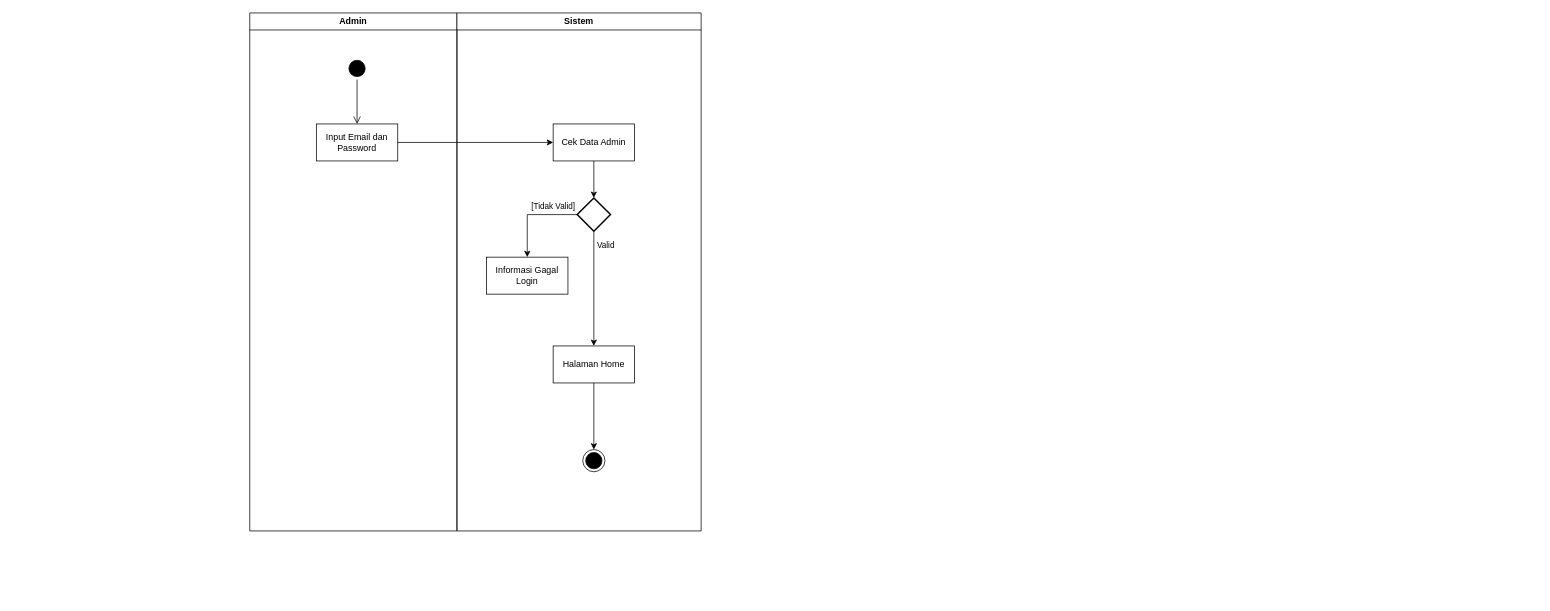
codetron21/laundryku-diagrams keeps this draw.io diagram as flow-chart-admin.drawio. Above is the earlier version. Source tidied: cells renumbered, new cells numbered last; positions are measured from the earlier drawing's top-left corner, leaving out a move shared by most shapes. Both pictures are drawn from the tidied source at 74%, with x=0, y=0 at pixel (249, 13).
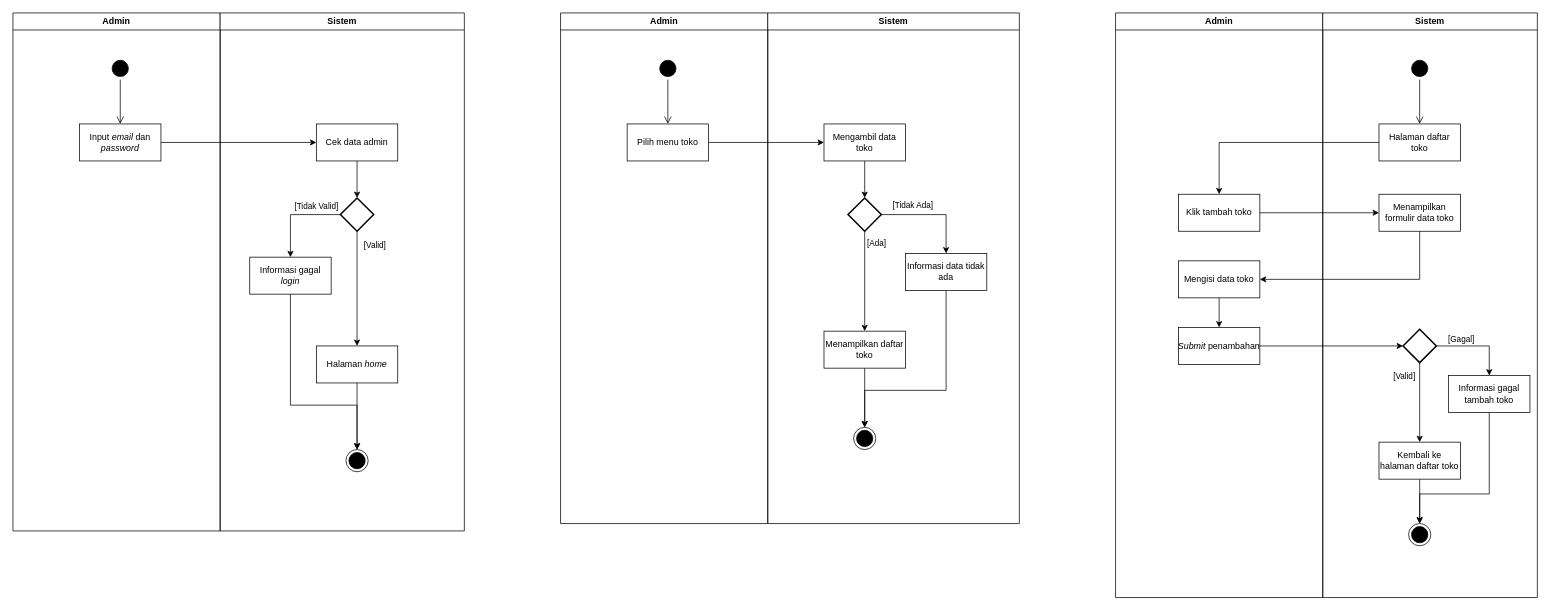
Above is the later version.

Commit message:
add login & stores

Unchanged cells that the change refers to:
```xml
<mxCell id="9" style="edgeStyle=orthogonalEdgeStyle;rounded=0;jettySize=auto;html=1;" parent="6" edge="1" source="13" target="15">
  <mxGeometry relative="1" as="geometry" />
</mxCell>
```

What changed in the source:
```diff
@@
+    <mxCell id="19" style="group;" parent="1" vertex="1">
+      <mxGeometry x="-320" width="610" height="700" as="geometry" />
+    </mxCell>
-    <mxCell id="2" value="Admin" style="swimlane;whiteSpace=wrap;html=1;" parent="1" vertex="1">
+    <mxCell id="2" value="Admin" style="swimlane;whiteSpace=wrap;html=1;" parent="19" vertex="1">
       <mxGeometry width="280" height="700" as="geometry" />
     </mxCell>
@@
-    <mxCell id="5" value="Input Email dan Password" style="html=1;whiteSpace=wrap;" parent="2" vertex="1">
+    <mxCell id="5" value="Input &lt;i&gt;email&lt;/i&gt; dan &lt;i&gt;password&lt;/i&gt;" style="html=1;whiteSpace=wrap;" parent="2" vertex="1">
       <mxGeometry x="90" y="150" width="110" height="50" as="geometry" />
     </mxCell>
-    <mxCell id="6" value="Sistem" style="swimlane;whiteSpace=wrap;html=1;" parent="1" vertex="1">
+    <mxCell id="6" value="Sistem" style="swimlane;whiteSpace=wrap;html=1;" parent="19" vertex="1">
       <mxGeometry x="280" width="330" height="700" as="geometry" />
     </mxCell>
@@
-    <mxCell id="8" value="Cek Data Admin" style="html=1;whiteSpace=wrap;" parent="6" vertex="1">
+    <mxCell id="8" value="Cek data admin" style="html=1;whiteSpace=wrap;" parent="6" vertex="1">
       <mxGeometry x="130" y="150" width="110" height="50" as="geometry" />
     </mxCell>
@@
-    <mxCell id="10" value="Valid" style="edgeLabel;html=1;align=center;verticalAlign=middle;" parent="9" vertex="1">
+    <mxCell id="10" value="[Valid]" style="edgeLabel;html=1;align=center;verticalAlign=middle;" parent="9" vertex="1">
       <mxGeometry x="-0.77" y="3" relative="1" as="geometry">
-        <mxPoint x="12" as="offset" />
+        <mxPoint x="20" as="offset" />
       </mxGeometry>
     </mxCell>
@@
-    <mxCell id="15" value="Halaman Home" style="html=1;whiteSpace=wrap;" parent="6" vertex="1">
+    <mxCell id="15" value="Halaman &lt;i&gt;home&lt;/i&gt;" style="html=1;whiteSpace=wrap;" parent="6" vertex="1">
       <mxGeometry x="130" y="450" width="110" height="50" as="geometry" />
     </mxCell>
-    <mxCell id="16" value="Informasi Gagal Login" style="html=1;whiteSpace=wrap;" parent="6" vertex="1">
+    <mxCell id="16" value="Informasi gagal &lt;i&gt;login&lt;/i&gt;" style="html=1;whiteSpace=wrap;" parent="6" vertex="1">
       <mxGeometry x="40" y="330" width="110" height="50" as="geometry" />
     </mxCell>
@@
+    <mxCell id="20" style="edgeStyle=orthogonalEdgeStyle;rounded=0;jettySize=auto;html=1;exitX=0.5;exitY=1;exitDx=0;exitDy=0;" parent="6" edge="1" source="16">
+      <mxGeometry relative="1" as="geometry">
+        <mxPoint x="185" y="590" as="targetPoint" />
+        <Array as="points">
+          <mxPoint x="95" y="530" />
+          <mxPoint x="185" y="530" />
+        </Array>
+      </mxGeometry>
+    </mxCell>
-    <mxCell id="18" style="edgeStyle=orthogonalEdgeStyle;rounded=0;jettySize=auto;html=1;entryX=0;entryY=0.5;entryDx=0;entryDy=0;" parent="1" edge="1" source="5" target="8">
+    <mxCell id="18" style="edgeStyle=orthogonalEdgeStyle;rounded=0;jettySize=auto;html=1;entryX=0;entryY=0.5;entryDx=0;entryDy=0;" parent="19" edge="1" source="5" target="8">
       <mxGeometry relative="1" as="geometry" />
     </mxCell>
+    <mxCell id="21" value="Admin" style="swimlane;whiteSpace=wrap;html=1;" parent="1" vertex="1">
+      <mxGeometry x="420" width="280" height="690" as="geometry" />
+    </mxCell>
+    <mxCell id="22" style="ellipse;html=1;shape=startState;fillColor=#000000;strokeColor=#030000;" parent="21" vertex="1">
+      <mxGeometry x="130" y="60" width="30" height="30" as="geometry" />
+    </mxCell>
+    <mxCell id="23" style="edgeStyle=orthogonalEdgeStyle;html=1;verticalAlign=bottom;endArrow=open;endSize=8;strokeColor=#030000;rounded=0;" parent="21" edge="1" source="22">
+      <mxGeometry relative="1" as="geometry">
+        <mxPoint x="145" y="150" as="targetPoint" />
+      </mxGeometry>
+    </mxCell>
+    <mxCell id="24" value="Pilih menu toko" style="html=1;whiteSpace=wrap;" parent="21" vertex="1">
+      <mxGeometry x="90" y="150" width="110" height="50" as="geometry" />
+    </mxCell>
+    <mxCell id="25" value="Sistem" style="swimlane;whiteSpace=wrap;html=1;" parent="1" vertex="1">
+      <mxGeometry x="700" width="340" height="690" as="geometry" />
+    </mxCell>
+    <mxCell id="26" style="edgeStyle=orthogonalEdgeStyle;rounded=0;jettySize=auto;html=1;" parent="25" edge="1" source="27" target="32">
+      <mxGeometry relative="1" as="geometry" />
+    </mxCell>
+    <mxCell id="27" value="Mengambil data toko" style="html=1;whiteSpace=wrap;" parent="25" vertex="1">
+      <mxGeometry x="76" y="150" width="110" height="50" as="geometry" />
+    </mxCell>
+    <mxCell id="28" style="edgeStyle=orthogonalEdgeStyle;rounded=0;jettySize=auto;html=1;" parent="25" edge="1" source="32" target="34">
+      <mxGeometry relative="1" as="geometry" />
+    </mxCell>
+    <mxCell id="29" value="[Ada]" style="edgeLabel;html=1;align=center;verticalAlign=middle;" parent="28" vertex="1">
+      <mxGeometry x="-0.77" y="3" relative="1" as="geometry">
+        <mxPoint x="12" as="offset" />
+      </mxGeometry>
+    </mxCell>
+    <mxCell id="30" style="edgeStyle=orthogonalEdgeStyle;rounded=0;jettySize=auto;html=1;exitX=1;exitY=0.5;exitDx=0;exitDy=0;exitPerimeter=0;entryX=0.5;entryY=0;entryDx=0;entryDy=0;" parent="25" edge="1" source="32" target="36">
+      <mxGeometry relative="1" as="geometry" />
+    </mxCell>
+    <mxCell id="31" value="[Tidak Ada]" style="edgeLabel;html=1;align=center;verticalAlign=middle;" parent="30" vertex="1">
+      <mxGeometry x="-0.55" relative="1" as="geometry">
+        <mxPoint x="11" y="-13" as="offset" />
+      </mxGeometry>
+    </mxCell>
+    <mxCell id="32" style="strokeWidth=2;html=1;shape=mxgraph.flowchart.decision;whiteSpace=wrap;" parent="25" vertex="1">
+      <mxGeometry x="108.5" y="250" width="45" height="45" as="geometry" />
+    </mxCell>
+    <mxCell id="33" style="edgeStyle=orthogonalEdgeStyle;rounded=0;jettySize=auto;html=1;" parent="25" edge="1" source="34" target="37">
+      <mxGeometry relative="1" as="geometry" />
+    </mxCell>
+    <mxCell id="34" value="Menampilkan daftar toko" style="html=1;whiteSpace=wrap;" parent="25" vertex="1">
+      <mxGeometry x="76" y="430" width="110" height="50" as="geometry" />
+    </mxCell>
+    <mxCell id="35" style="edgeStyle=orthogonalEdgeStyle;rounded=0;jettySize=auto;html=1;exitX=0.5;exitY=1;exitDx=0;exitDy=0;entryX=0.5;entryY=0;entryDx=0;entryDy=0;" parent="25" edge="1" source="36" target="37">
+      <mxGeometry relative="1" as="geometry">
+        <Array as="points">
+          <mxPoint x="241" y="510" />
+          <mxPoint x="131" y="510" />
+        </Array>
+      </mxGeometry>
+    </mxCell>
+    <mxCell id="36" value="Informasi data tidak ada" style="html=1;whiteSpace=wrap;" parent="25" vertex="1">
+      <mxGeometry x="186" y="325" width="110" height="50" as="geometry" />
+    </mxCell>
+    <mxCell id="37" style="ellipse;html=1;shape=endState;fillColor=#000000;strokeColor=#000000;" parent="25" vertex="1">
+      <mxGeometry x="116" y="560" width="30" height="30" as="geometry" />
+    </mxCell>
+    <mxCell id="38" style="edgeStyle=orthogonalEdgeStyle;rounded=0;jettySize=auto;html=1;entryX=0;entryY=0.5;entryDx=0;entryDy=0;" parent="1" edge="1" source="24" target="27">
+      <mxGeometry relative="1" as="geometry" />
+    </mxCell>
+    <mxCell id="39" value="Admin" style="swimlane;whiteSpace=wrap;html=1;" parent="1" vertex="1">
+      <mxGeometry x="1170" width="280" height="790" as="geometry" />
+    </mxCell>
+    <mxCell id="40" value="Klik tambah toko" style="html=1;whiteSpace=wrap;" parent="39" vertex="1">
+      <mxGeometry x="85" y="245" width="110" height="50" as="geometry" />
+    </mxCell>
+    <mxCell id="41" style="edgeStyle=orthogonalEdgeStyle;rounded=0;jettySize=auto;html=1;" parent="39" edge="1" source="42" target="43">
+      <mxGeometry relative="1" as="geometry" />
+    </mxCell>
+    <mxCell id="42" value="Mengisi data toko" style="html=1;whiteSpace=wrap;" parent="39" vertex="1">
+      <mxGeometry x="85" y="335" width="110" height="50" as="geometry" />
+    </mxCell>
+    <mxCell id="43" value="&lt;i&gt;Submit&lt;/i&gt;&amp;nbsp;penambahan" style="html=1;whiteSpace=wrap;" parent="39" vertex="1">
+      <mxGeometry x="85" y="425" width="110" height="50" as="geometry" />
+    </mxCell>
+    <mxCell id="44" value="Sistem" style="swimlane;whiteSpace=wrap;html=1;" parent="1" vertex="1">
+      <mxGeometry x="1450" width="290" height="790" as="geometry" />
+    </mxCell>
+    <mxCell id="45" value="Halaman daftar toko" style="html=1;whiteSpace=wrap;" parent="44" vertex="1">
+      <mxGeometry x="76" y="150" width="110" height="50" as="geometry" />
+    </mxCell>
+    <mxCell id="46" value="Menampilkan formulir data toko" style="html=1;whiteSpace=wrap;" parent="44" vertex="1">
+      <mxGeometry x="76" y="245" width="110" height="50" as="geometry" />
+    </mxCell>
+    <mxCell id="47" style="ellipse;html=1;shape=startState;fillColor=#000000;strokeColor=#030000;" parent="44" vertex="1">
+      <mxGeometry x="116" y="60" width="30" height="30" as="geometry" />
+    </mxCell>
+    <mxCell id="48" style="edgeStyle=orthogonalEdgeStyle;html=1;verticalAlign=bottom;endArrow=open;endSize=8;strokeColor=#030000;rounded=0;" parent="44" edge="1" source="47">
+      <mxGeometry relative="1" as="geometry">
+        <mxPoint x="131" y="150" as="targetPoint" />
+        <Array as="points">
+          <mxPoint x="131" y="100" />
+          <mxPoint x="131" y="100" />
+        </Array>
+      </mxGeometry>
+    </mxCell>
+    <mxCell id="49" style="edgeStyle=orthogonalEdgeStyle;rounded=0;jettySize=auto;html=1;exitX=1;exitY=0.5;exitDx=0;exitDy=0;exitPerimeter=0;entryX=0.5;entryY=0;entryDx=0;entryDy=0;" parent="44" edge="1" source="53" target="55">
+      <mxGeometry relative="1" as="geometry" />
+    </mxCell>
+    <mxCell id="50" value="[Gagal]" style="edgeLabel;html=1;align=center;verticalAlign=middle;" parent="49" vertex="1">
+      <mxGeometry x="-0.46" relative="1" as="geometry">
+        <mxPoint x="3" y="-10" as="offset" />
+      </mxGeometry>
+    </mxCell>
+    <mxCell id="51" style="edgeStyle=orthogonalEdgeStyle;rounded=0;jettySize=auto;html=1;exitX=0.5;exitY=1;exitDx=0;exitDy=0;exitPerimeter=0;" parent="44" edge="1" source="53" target="57">
+      <mxGeometry relative="1" as="geometry" />
+    </mxCell>
+    <mxCell id="52" value="[Valid]" style="edgeLabel;html=1;align=center;verticalAlign=middle;" parent="51" vertex="1">
+      <mxGeometry x="-0.56" y="1" relative="1" as="geometry">
+        <mxPoint x="-23" y="-6" as="offset" />
+      </mxGeometry>
+    </mxCell>
+    <mxCell id="53" style="strokeWidth=2;html=1;shape=mxgraph.flowchart.decision;whiteSpace=wrap;" parent="44" vertex="1">
+      <mxGeometry x="108.5" y="427.5" width="45" height="45" as="geometry" />
+    </mxCell>
+    <mxCell id="54" style="edgeStyle=orthogonalEdgeStyle;rounded=0;jettySize=auto;html=1;exitX=0.5;exitY=1;exitDx=0;exitDy=0;entryX=0.5;entryY=0;entryDx=0;entryDy=0;" parent="44" edge="1" source="55" target="58">
+      <mxGeometry relative="1" as="geometry">
+        <Array as="points">
+          <mxPoint x="225" y="650" />
+          <mxPoint x="131" y="650" />
+        </Array>
+      </mxGeometry>
+    </mxCell>
+    <mxCell id="55" value="Informasi gagal tambah toko" style="html=1;whiteSpace=wrap;" parent="44" vertex="1">
+      <mxGeometry x="170" y="490" width="110" height="50" as="geometry" />
+    </mxCell>
+    <mxCell id="56" style="edgeStyle=orthogonalEdgeStyle;rounded=0;jettySize=auto;html=1;" parent="44" edge="1" source="57" target="58">
+      <mxGeometry relative="1" as="geometry" />
+    </mxCell>
+    <mxCell id="57" value="Kembali ke halaman daftar toko" style="html=1;whiteSpace=wrap;" parent="44" vertex="1">
+      <mxGeometry x="76" y="580" width="110" height="50" as="geometry" />
+    </mxCell>
+    <mxCell id="58" style="ellipse;html=1;shape=endState;fillColor=#000000;strokeColor=#000000;" parent="44" vertex="1">
+      <mxGeometry x="116" y="690" width="30" height="30" as="geometry" />
+    </mxCell>
+    <mxCell id="59" style="edgeStyle=orthogonalEdgeStyle;rounded=0;jettySize=auto;html=1;exitX=1;exitY=0.5;exitDx=0;exitDy=0;" parent="1" edge="1" source="40" target="46">
+      <mxGeometry relative="1" as="geometry" />
+    </mxCell>
+    <mxCell id="60" style="edgeStyle=orthogonalEdgeStyle;rounded=0;jettySize=auto;html=1;entryX=1;entryY=0.5;entryDx=0;entryDy=0;" parent="1" edge="1" source="46" target="42">
+      <mxGeometry relative="1" as="geometry">
+        <Array as="points">
+          <mxPoint x="1581" y="360" />
+        </Array>
+      </mxGeometry>
+    </mxCell>
+    <mxCell id="61" style="edgeStyle=orthogonalEdgeStyle;rounded=0;jettySize=auto;html=1;" parent="1" edge="1" source="45" target="40">
+      <mxGeometry relative="1" as="geometry" />
+    </mxCell>
+    <mxCell id="62" style="edgeStyle=orthogonalEdgeStyle;rounded=0;jettySize=auto;html=1;exitX=1;exitY=0.5;exitDx=0;exitDy=0;" parent="1" edge="1" source="43" target="53">
+      <mxGeometry relative="1" as="geometry" />
+    </mxCell>
```
